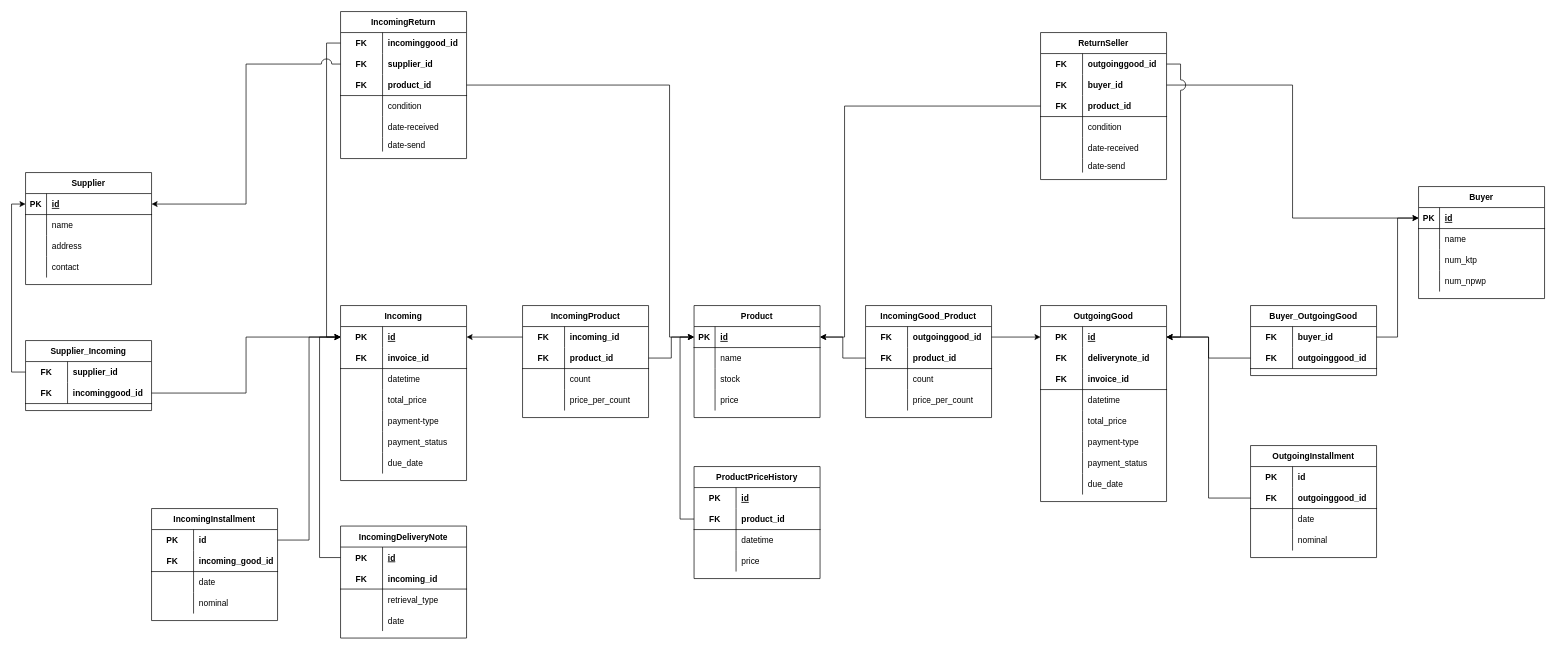
shandygunawan/InventoryStore keeps this draw.io diagram as docs/Relational Model.drawio. Above is the earlier version. Source tidied: cells renumbered, new cells numbered last; positions are measured from the earlier drawing's top-left corner, leaving out a move shared by most shapes. Both pictures are drawn from the tidied source at 70%, with x=0, y=0 at pixel (25, 11).
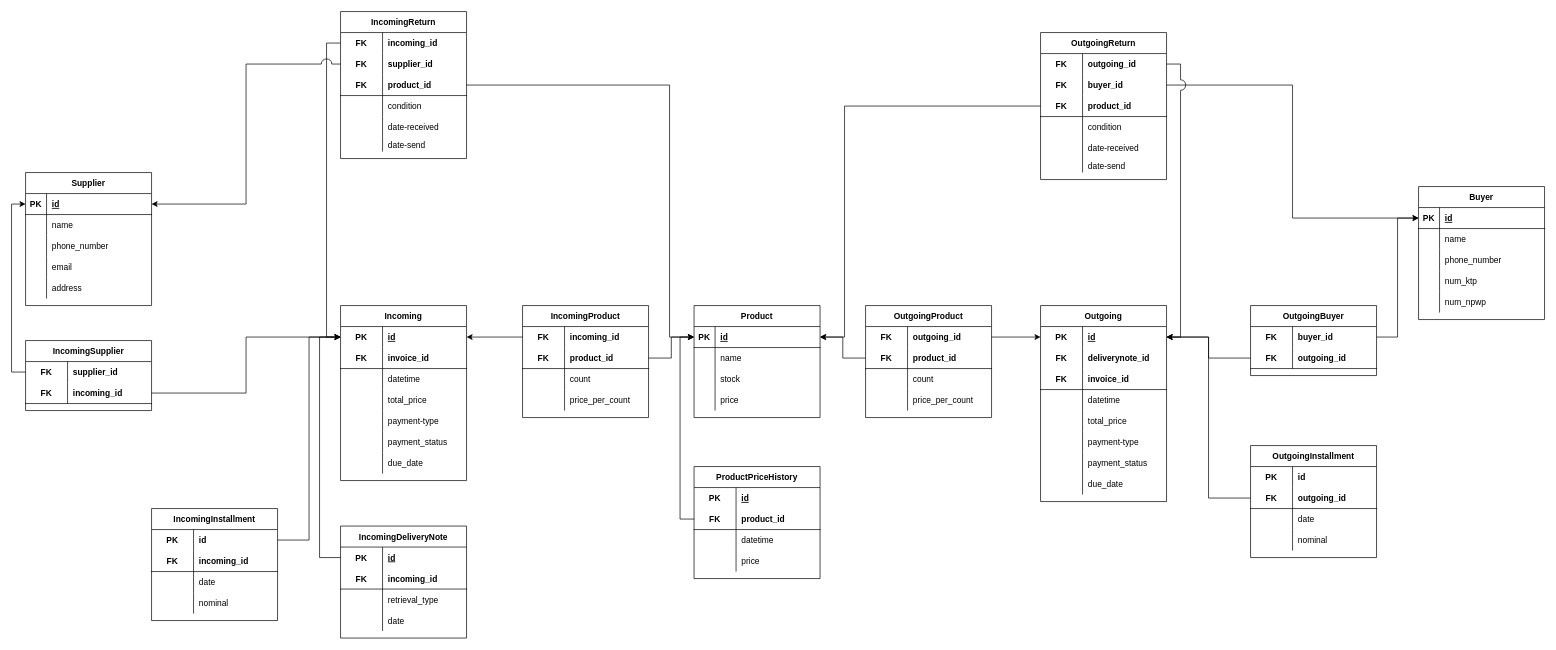
After the change.

Commit message (it also covers changes not shown here):
add seller and buyer models

The change refers to these unchanged cells:
```xml
<mxCell id="44" style="shape=partialRectangle;fillColor=none;top=0;left=0;bottom=0;right=0;" parent="37" vertex="1">
  <mxGeometry y="90" width="180" height="30" as="geometry" />
</mxCell>
<mxCell id="47" style="shape=partialRectangle;fillColor=none;top=0;left=0;bottom=0;right=0;" parent="37" vertex="1">
  <mxGeometry y="120" width="180" height="30" as="geometry" />
</mxCell>
<mxCell id="54" style="shape=partialRectangle;fillColor=none;top=0;left=0;bottom=1;right=0;points=[[0,0.5],[1,0.5]];portConstraint=eastwest;" parent="50" vertex="1">
  <mxGeometry y="60" width="180" height="30" as="geometry" />
</mxCell>
<mxCell id="60" style="shape=partialRectangle;fillColor=none;top=0;left=0;bottom=0;right=0;points=[[0,0.5],[1,0.5]];portConstraint=eastwest;" parent="59" vertex="1">
  <mxGeometry y="30" width="180" height="30" as="geometry" />
</mxCell>
<mxCell id="97" style="shape=partialRectangle;fillColor=none;top=0;left=0;bottom=0;right=0;points=[[0,0.5],[1,0.5]];portConstraint=eastwest;" parent="96" vertex="1">
  <mxGeometry y="30" width="180" height="30" as="geometry" />
</mxCell>
<mxCell id="140" style="shape=partialRectangle;fillColor=none;top=0;left=0;bottom=1;right=0;points=[[0,0.5],[1,0.5]];portConstraint=eastwest;" parent="136" vertex="1">
  <mxGeometry y="60" width="180" height="30" as="geometry" />
</mxCell>
<mxCell id="159" style="shape=partialRectangle;fillColor=none;top=0;left=0;bottom=0;right=0;points=[[0,0.5],[1,0.5]];portConstraint=eastwest;" parent="158" vertex="1">
  <mxGeometry y="30" width="180" height="30" as="geometry" />
</mxCell>
<mxCell id="184" style="shape=partialRectangle;fillColor=none;top=0;left=0;bottom=1;right=0;" parent="180" vertex="1">
  <mxGeometry y="60" width="180" height="30" as="geometry" />
</mxCell>
<mxCell id="198" style="shape=partialRectangle;fillColor=none;top=0;left=0;bottom=1;right=0;points=[[0,0.5],[1,0.5]];portConstraint=eastwest;" parent="194" vertex="1">
  <mxGeometry y="60" width="180" height="30" as="geometry" />
</mxCell>
```

Change to the diagram source:
```diff
@@
     <mxCell id="37" value="Supplier" style="shape=table;startSize=30;childLayout=tableLayout;rowLines=0;fontStyle=1;align=center;" parent="1" vertex="1">
-      <mxGeometry y="230" width="180" height="160" as="geometry" />
+      <mxGeometry y="230" width="180" height="190" as="geometry" />
     </mxCell>
@@
-    <mxCell id="46" value="address" style="shape=partialRectangle;fillColor=none;top=0;left=0;bottom=0;right=0;align=left;spacingLeft=6;overflow=hidden;" parent="44" vertex="1">
+    <mxCell id="46" value="phone_number" style="shape=partialRectangle;fillColor=none;top=0;left=0;bottom=0;right=0;align=left;spacingLeft=6;overflow=hidden;" parent="44" vertex="1">
       <mxGeometry x="30" width="150" height="30" as="geometry" />
     </mxCell>
@@
-    <mxCell id="49" value="contact" style="shape=partialRectangle;fillColor=none;top=0;left=0;bottom=0;right=0;align=left;spacingLeft=6;overflow=hidden;" parent="47" vertex="1">
+    <mxCell id="49" value="email" style="shape=partialRectangle;fillColor=none;top=0;left=0;bottom=0;right=0;align=left;spacingLeft=6;overflow=hidden;" parent="47" vertex="1">
       <mxGeometry x="30" width="150" height="30" as="geometry" />
     </mxCell>
+    <mxCell id="236" style="shape=partialRectangle;fillColor=none;top=0;left=0;bottom=0;right=0;" parent="37" vertex="1">
+      <mxGeometry y="150" width="180" height="30" as="geometry" />
+    </mxCell>
+    <mxCell id="237" style="shape=partialRectangle;fillColor=none;top=0;left=0;bottom=0;right=0;overflow=hidden;" parent="236" vertex="1">
+      <mxGeometry width="30" height="30" as="geometry" />
+    </mxCell>
+    <mxCell id="238" value="address" style="shape=partialRectangle;fillColor=none;top=0;left=0;bottom=0;right=0;align=left;spacingLeft=6;overflow=hidden;" parent="236" vertex="1">
+      <mxGeometry x="30" width="150" height="30" as="geometry" />
+    </mxCell>
-    <mxCell id="50" value="Supplier_Incoming" style="shape=table;startSize=30;childLayout=tableLayout;rowLines=0;fontStyle=1;align=center;" parent="1" vertex="1">
+    <mxCell id="50" value="IncomingSupplier" style="shape=table;startSize=30;childLayout=tableLayout;rowLines=0;fontStyle=1;align=center;" parent="1" vertex="1">
       <mxGeometry y="470" width="180" height="100" as="geometry" />
     </mxCell>
@@
-    <mxCell id="56" value="incominggood_id" style="shape=partialRectangle;fillColor=none;top=0;left=0;bottom=0;right=0;align=left;spacingLeft=6;fontStyle=1;overflow=hidden;" parent="54" vertex="1">
+    <mxCell id="56" value="incoming_id" style="shape=partialRectangle;fillColor=none;top=0;left=0;bottom=0;right=0;align=left;spacingLeft=6;fontStyle=1;overflow=hidden;" parent="54" vertex="1">
       <mxGeometry x="60" width="120" height="30" as="geometry" />
     </mxCell>
@@
-    <mxCell id="62" value="incominggood_id" style="shape=partialRectangle;fillColor=none;top=0;left=0;bottom=0;right=0;align=left;spacingLeft=6;fontStyle=1;overflow=hidden;" parent="60" vertex="1">
+    <mxCell id="62" value="incoming_id" style="shape=partialRectangle;fillColor=none;top=0;left=0;bottom=0;right=0;align=left;spacingLeft=6;fontStyle=1;overflow=hidden;" parent="60" vertex="1">
       <mxGeometry x="60" width="120" height="30" as="geometry" />
     </mxCell>
@@
-    <mxCell id="96" value="IncomingGood_Product" style="shape=table;startSize=30;childLayout=tableLayout;rowLines=0;fontStyle=1;align=center;" parent="1" vertex="1">
+    <mxCell id="96" value="OutgoingProduct" style="shape=table;startSize=30;childLayout=tableLayout;rowLines=0;fontStyle=1;align=center;" parent="1" vertex="1">
       <mxGeometry x="1200" y="420" width="180" height="160" as="geometry" />
     </mxCell>
@@
-    <mxCell id="99" value="outgoinggood_id" style="shape=partialRectangle;fillColor=none;top=0;left=0;bottom=0;right=0;align=left;spacingLeft=6;fontStyle=1;overflow=hidden;" parent="97" vertex="1">
+    <mxCell id="99" value="outgoing_id" style="shape=partialRectangle;fillColor=none;top=0;left=0;bottom=0;right=0;align=left;spacingLeft=6;fontStyle=1;overflow=hidden;" parent="97" vertex="1">
       <mxGeometry x="60" width="120" height="30" as="geometry" />
     </mxCell>
@@
-    <mxCell id="110" value="OutgoingGood" style="shape=table;startSize=30;childLayout=tableLayout;rowLines=0;fontStyle=1;align=center;" parent="1" vertex="1">
+    <mxCell id="110" value="Outgoing" style="shape=table;startSize=30;childLayout=tableLayout;rowLines=0;fontStyle=1;align=center;" parent="1" vertex="1">
       <mxGeometry x="1450" y="420" width="180" height="280" as="geometry" />
     </mxCell>
@@
-    <mxCell id="136" value="Buyer_OutgoingGood" style="shape=table;startSize=30;childLayout=tableLayout;rowLines=0;fontStyle=1;align=center;" parent="1" vertex="1">
+    <mxCell id="136" value="OutgoingBuyer" style="shape=table;startSize=30;childLayout=tableLayout;rowLines=0;fontStyle=1;align=center;" parent="1" vertex="1">
       <mxGeometry x="1750" y="420" width="180" height="100" as="geometry" />
     </mxCell>
@@
-    <mxCell id="142" value="outgoinggood_id" style="shape=partialRectangle;fillColor=none;top=0;left=0;bottom=0;right=0;align=left;spacingLeft=6;fontStyle=1;overflow=hidden;" parent="140" vertex="1">
+    <mxCell id="142" value="outgoing_id" style="shape=partialRectangle;fillColor=none;top=0;left=0;bottom=0;right=0;align=left;spacingLeft=6;fontStyle=1;overflow=hidden;" parent="140" vertex="1">
       <mxGeometry x="60" width="120" height="30" as="geometry" />
     </mxCell>
@@
     <mxCell id="144" value="Buyer" style="shape=table;startSize=30;childLayout=tableLayout;rowLines=0;fontStyle=1;align=center;" parent="1" vertex="1">
-      <mxGeometry x="1990" y="250" width="180" height="160" as="geometry" />
+      <mxGeometry x="1990" y="250" width="180" height="190" as="geometry" />
     </mxCell>
@@
+    <mxCell id="239" style="shape=partialRectangle;fillColor=none;top=0;left=0;bottom=0;right=0;" parent="144" vertex="1">
+      <mxGeometry y="90" width="180" height="30" as="geometry" />
+    </mxCell>
+    <mxCell id="240" style="shape=partialRectangle;fillColor=none;top=0;left=0;bottom=0;right=0;overflow=hidden;" parent="239" vertex="1">
+      <mxGeometry width="30" height="30" as="geometry" />
+    </mxCell>
+    <mxCell id="241" value="phone_number" style="shape=partialRectangle;fillColor=none;top=0;left=0;bottom=0;right=0;align=left;spacingLeft=6;overflow=hidden;" parent="239" vertex="1">
+      <mxGeometry x="30" width="150" height="30" as="geometry" />
+    </mxCell>
     <mxCell id="151" style="shape=partialRectangle;fillColor=none;top=0;left=0;bottom=0;right=0;" parent="144" vertex="1">
-      <mxGeometry y="90" width="180" height="30" as="geometry" />
+      <mxGeometry y="120" width="180" height="30" as="geometry" />
     </mxCell>
@@
     <mxCell id="154" style="shape=partialRectangle;fillColor=none;top=0;left=0;bottom=0;right=0;" parent="144" vertex="1">
-      <mxGeometry y="120" width="180" height="30" as="geometry" />
+      <mxGeometry y="150" width="180" height="30" as="geometry" />
     </mxCell>
@@
-    <mxCell id="158" value="ReturnSeller" style="shape=table;startSize=30;childLayout=tableLayout;rowLines=0;fontStyle=1;align=center;" parent="1" vertex="1">
+    <mxCell id="158" value="OutgoingReturn" style="shape=table;startSize=30;childLayout=tableLayout;rowLines=0;fontStyle=1;align=center;" parent="1" vertex="1">
       <mxGeometry x="1450" y="30" width="180" height="210" as="geometry" />
     </mxCell>
@@
-    <mxCell id="161" value="outgoinggood_id" style="shape=partialRectangle;fillColor=none;top=0;left=0;bottom=0;right=0;align=left;spacingLeft=6;fontStyle=1;overflow=hidden;" parent="159" vertex="1">
+    <mxCell id="161" value="outgoing_id" style="shape=partialRectangle;fillColor=none;top=0;left=0;bottom=0;right=0;align=left;spacingLeft=6;fontStyle=1;overflow=hidden;" parent="159" vertex="1">
       <mxGeometry x="60" width="120" height="30" as="geometry" />
     </mxCell>
@@
-    <mxCell id="186" value="incoming_good_id" style="shape=partialRectangle;fillColor=none;top=0;left=0;bottom=0;right=0;align=left;spacingLeft=6;fontStyle=1;overflow=hidden;" parent="184" vertex="1">
+    <mxCell id="186" value="incoming_id" style="shape=partialRectangle;fillColor=none;top=0;left=0;bottom=0;right=0;align=left;spacingLeft=6;fontStyle=1;overflow=hidden;" parent="184" vertex="1">
       <mxGeometry x="60" width="120" height="30" as="geometry" />
     </mxCell>
@@
-    <mxCell id="200" value="outgoinggood_id" style="shape=partialRectangle;fillColor=none;top=0;left=0;bottom=0;right=0;align=left;spacingLeft=6;fontStyle=1;overflow=hidden;" parent="198" vertex="1">
+    <mxCell id="200" value="outgoing_id" style="shape=partialRectangle;fillColor=none;top=0;left=0;bottom=0;right=0;align=left;spacingLeft=6;fontStyle=1;overflow=hidden;" parent="198" vertex="1">
       <mxGeometry x="60" width="120" height="30" as="geometry" />
     </mxCell>
```
